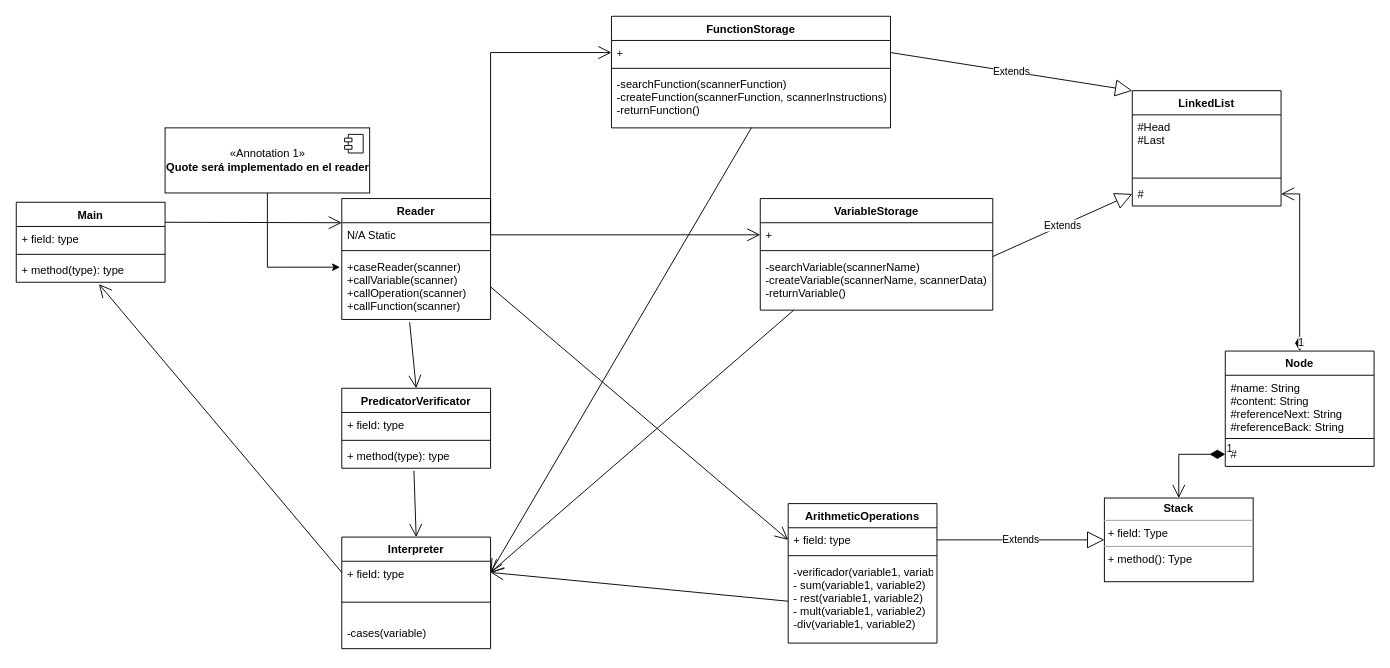
This is Untitled Diagram.drawio from DiggsPapu/Proyect1_Lisp_Interpreter, a draw.io file, before an edit. Source tidied: cells renumbered, new cells numbered last; positions are measured from the earlier drawing's top-left corner, leaving out a move shared by most shapes. Both pictures are drawn from the tidied source at 93%, with x=0, y=0 at pixel (16, 16).
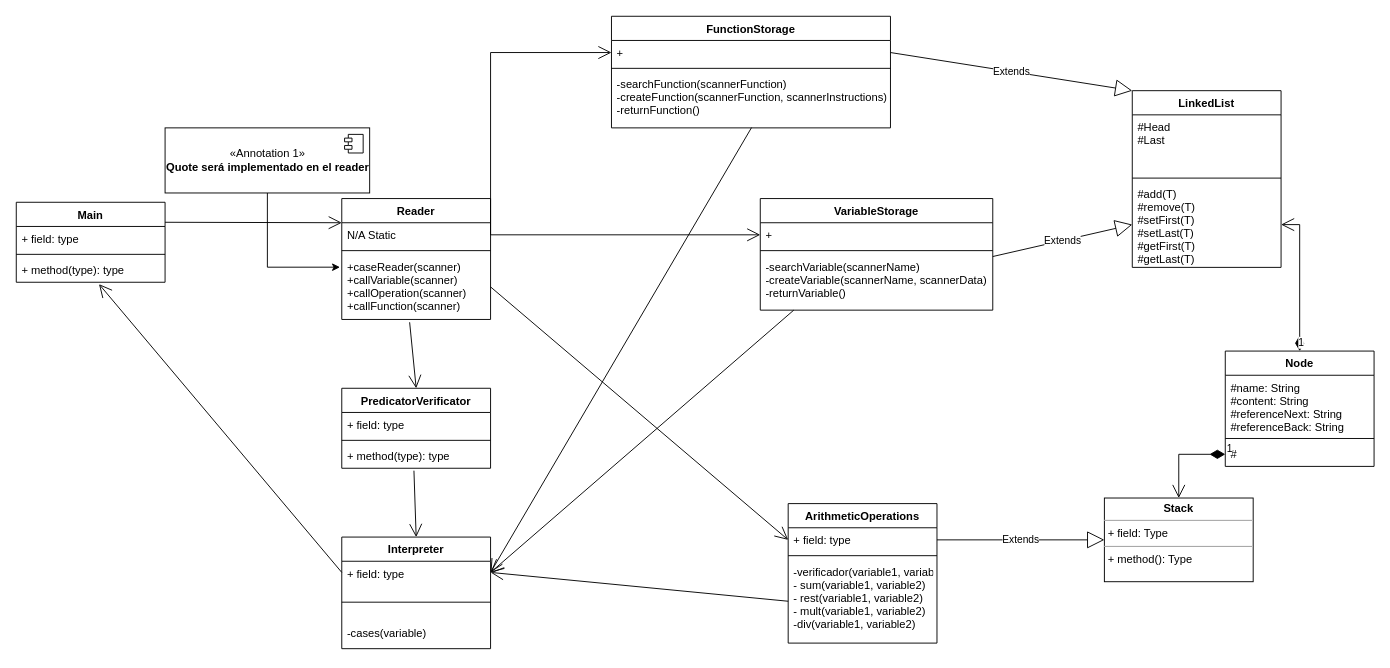
After the change.

What changed in the source:
```diff
@@
     <mxCell id="27" value="LinkedList" style="swimlane;fontStyle=1;align=center;verticalAlign=top;horizontal=1;startSize=26;" parent="1" vertex="1">
-      <mxGeometry x="1200" y="80" width="160" height="124" as="geometry" />
+      <mxGeometry x="1200" y="80" width="160" height="190" as="geometry" />
     </mxCell>
@@
-    <mxCell id="30" value="#" style="text;strokeColor=none;fillColor=none;align=left;verticalAlign=top;spacingLeft=4;spacingRight=4;overflow=hidden;points=[[0,0.5],[1,0.5]];portConstraint=eastwest;" parent="27" vertex="1">
-      <mxGeometry y="98" width="160" height="26" as="geometry" />
+    <mxCell id="30" value="#add(T)&#10;#remove(T)&#10;#setFirst(T)&#10;#setLast(T)&#10;#getFirst(T)&#10;#getLast(T)&#10;" style="text;strokeColor=none;fillColor=none;align=left;verticalAlign=top;spacingLeft=4;spacingRight=4;overflow=hidden;points=[[0,0.5],[1,0.5]];portConstraint=eastwest;" parent="27" vertex="1">
+      <mxGeometry y="98" width="160" height="92" as="geometry" />
     </mxCell>
```
